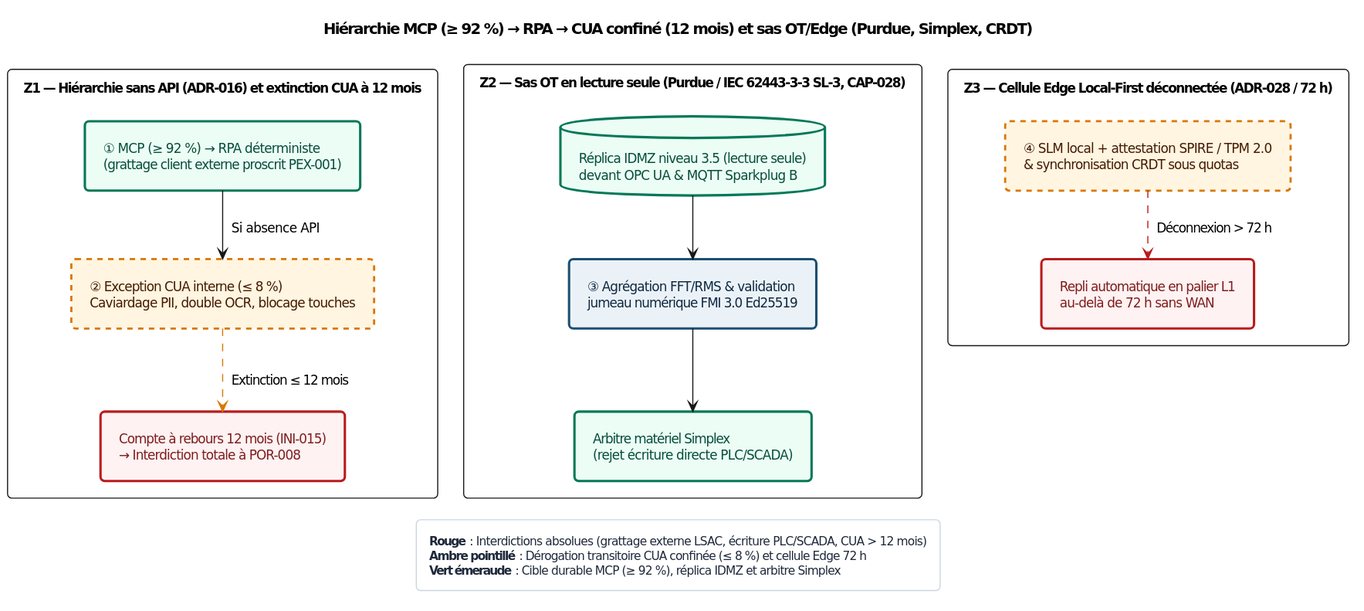
agbruneau/Agentique keeps this PlantUML diagram as Sources/Compendium/ouvrage/schemas/rendus/SCH-12-02.svg. Above is the earlier version. Source of this version:
```plantuml
@startuml
<style>
document { BackgroundColor #FFFFFF; }
.det { BackgroundColor #EBF2F7; LineColor #1B4F72; LineThickness 2.2; FontColor #0F2942; }
.blue { BackgroundColor #EFF6FF; LineColor #1D4ED8; LineThickness 2.2; FontColor #1E3A8A; }
.prob { BackgroundColor #FFF5E0; LineColor #D97706; LineThickness 2.0; LineStyle 5; FontColor #451A03; }
.amber { BackgroundColor #FFFBEB; LineColor #B45309; LineThickness 2.0; FontColor #451A03; }
.green { BackgroundColor #ECFDF5; LineColor #047857; LineThickness 2.2; FontColor #064E3B; }
.teal { BackgroundColor #F0FDFA; LineColor #0F766E; LineThickness 2.2; FontColor #134E4A; }
.red { BackgroundColor #FEF2F2; LineColor #B91C1C; LineThickness 2.2; FontColor #7F1D1D; }
.purple { BackgroundColor #F5F3FF; LineColor #6D28D9; LineThickness 2.2; FontColor #4C1D95; }
.indigo { BackgroundColor #EEF2FF; LineColor #4338CA; LineThickness 2.2; FontColor #312E81; }
.gray { BackgroundColor #F1F5F9; LineColor #475569; LineThickness 1.8; FontColor #1E293B; }
package { BackgroundColor #F8FAFC; LineColor #64748B; LineThickness 1.2; FontColor #334155; }
legend { BackgroundColor #FFFFFF; LineColor #CBD5E1; FontColor #1E293B; FontSize 11; }
</style>
hide stereotype
skinparam defaultFontName "DejaVu Sans"
skinparam defaultFontSize 12
skinparam shadowing false
skinparam roundcorner 8
skinparam packageStyle rectangle
skinparam nodesep 22
skinparam ranksep 28
skinparam padding 7

top to bottom direction
title Hiérarchie MCP (≥ 92 %) → RPA → CUA confiné (12 mois) et sas OT/Edge (Purdue, Simplex, CRDT)

package "Z1 — Hiérarchie sans API (ADR-016) et extinction CUA à 12 mois" {
  rectangle "① MCP (≥ 92 %) → RPA déterministe\n(grattage client externe proscrit PEX-001)" as N1 <<green>>
  rectangle "② Exception CUA interne (≤ 8 %)\nCaviardage PII, double OCR, blocage touches" as N2 <<prob>>
  rectangle "Compte à rebours 12 mois (INI-015)\n→ Interdiction totale à POR-008" as N3 <<red>>
  N1 --> N2 : Si absence API
  N2 .[#D97706].> N3 : Extinction ≤ 12 mois
}

package "Z2 — Sas OT en lecture seule (Purdue / IEC 62443-3-3 SL-3, CAP-028)" {
  database "Réplica IDMZ niveau 3.5 (lecture seule)\ndevant OPC UA & MQTT Sparkplug B" as N4 <<green>>
  rectangle "③ Agrégation FFT/RMS & validation\njumeau numérique FMI 3.0 Ed25519" as N5 <<det>>
  rectangle "Arbitre matériel Simplex\n(rejet écriture directe PLC/SCADA)" as N6 <<green>>
  N4 --> N5
  N5 --> N6
}

package "Z3 — Cellule Edge Local-First déconnectée (ADR-028 / 72 h)" {
  rectangle "④ SLM local + attestation SPIRE / TPM 2.0\n& synchronisation CRDT sous quotas" as N7 <<prob>>
  rectangle "Repli automatique en palier L1\nau-delà de 72 h sans WAN" as N8 <<red>>
  N7 .[#B91C1C].> N8 : Déconnexion > 72 h
}

legend bottom
  **Rouge** : Interdictions absolues (grattage externe LSAC, écriture PLC/SCADA, CUA > 12 mois)
  **Ambre pointillé** : Dérogation transitoire CUA confinée (≤ 8 %) et cellule Edge 72 h
  **Vert émeraude** : Cible durable MCP (≥ 92 %), réplica IDMZ et arbitre Simplex
end legend
@enduml
```
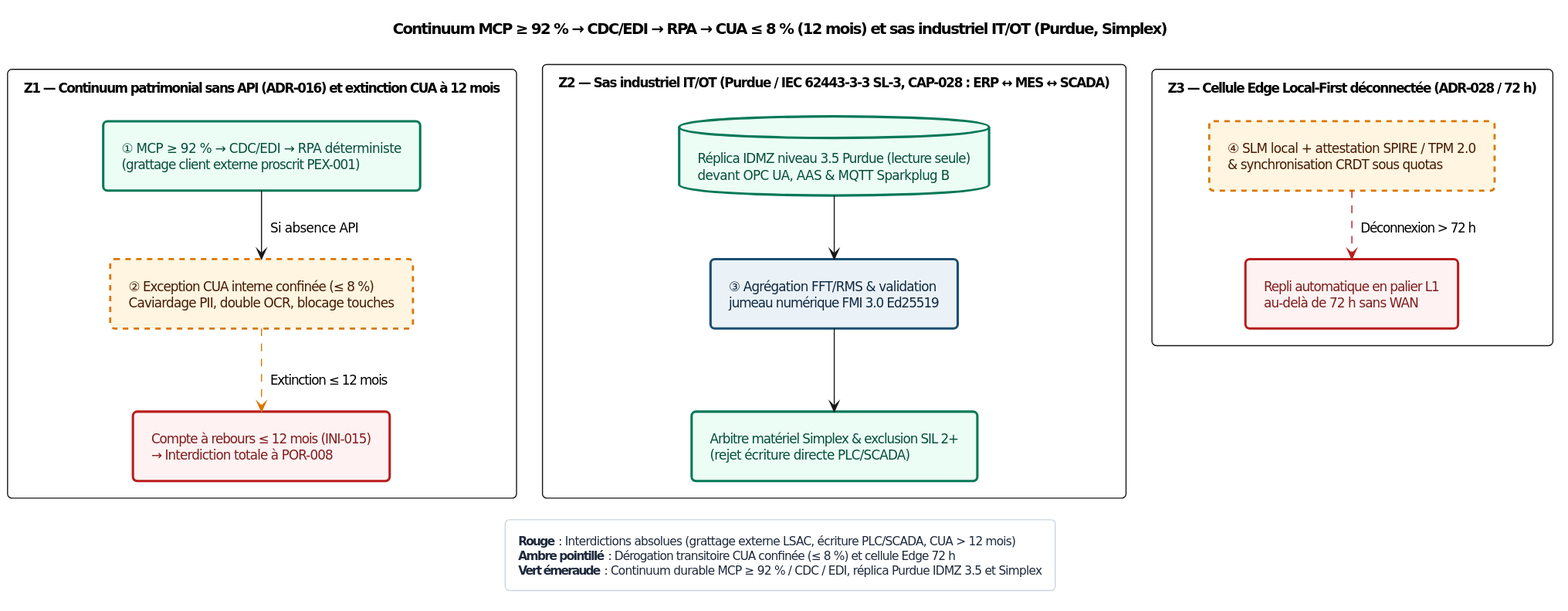
After the commit.

The edit, as a diff of the source:
```diff
@@ -25,20 +25,20 @@
 skinparam padding 7
 
 top to bottom direction
-title Hiérarchie MCP (≥ 92 %) → RPA → CUA confiné (12 mois) et sas OT/Edge (Purdue, Simplex, CRDT)
+title Continuum MCP ≥ 92 % → CDC/EDI → RPA → CUA ≤ 8 % (12 mois) et sas industriel IT/OT (Purdue, Simplex)
 
-package "Z1 — Hiérarchie sans API (ADR-016) et extinction CUA à 12 mois" {
-  rectangle "① MCP (≥ 92 %) → RPA déterministe\n(grattage client externe proscrit PEX-001)" as N1 <<green>>
-  rectangle "② Exception CUA interne (≤ 8 %)\nCaviardage PII, double OCR, blocage touches" as N2 <<prob>>
-  rectangle "Compte à rebours 12 mois (INI-015)\n→ Interdiction totale à POR-008" as N3 <<red>>
+package "Z1 — Continuum patrimonial sans API (ADR-016) et extinction CUA à 12 mois" {
+  rectangle "① MCP ≥ 92 % → CDC/EDI → RPA déterministe\n(grattage client externe proscrit PEX-001)" as N1 <<green>>
+  rectangle "② Exception CUA interne confinée (≤ 8 %)\nCaviardage PII, double OCR, blocage touches" as N2 <<prob>>
+  rectangle "Compte à rebours ≤ 12 mois (INI-015)\n→ Interdiction totale à POR-008" as N3 <<red>>
   N1 --> N2 : Si absence API
   N2 .[#D97706].> N3 : Extinction ≤ 12 mois
 }
 
-package "Z2 — Sas OT en lecture seule (Purdue / IEC 62443-3-3 SL-3, CAP-028)" {
-  database "Réplica IDMZ niveau 3.5 (lecture seule)\ndevant OPC UA & MQTT Sparkplug B" as N4 <<green>>
+package "Z2 — Sas industriel IT/OT (Purdue / IEC 62443-3-3 SL-3, CAP-028 : ERP ↔ MES ↔ SCADA)" {
+  database "Réplica IDMZ niveau 3.5 Purdue (lecture seule)\ndevant OPC UA, AAS & MQTT Sparkplug B" as N4 <<green>>
   rectangle "③ Agrégation FFT/RMS & validation\njumeau numérique FMI 3.0 Ed25519" as N5 <<det>>
-  rectangle "Arbitre matériel Simplex\n(rejet écriture directe PLC/SCADA)" as N6 <<green>>
+  rectangle "Arbitre matériel Simplex & exclusion SIL 2+\n(rejet écriture directe PLC/SCADA)" as N6 <<green>>
   N4 --> N5
   N5 --> N6
 }
@@ -52,6 +52,6 @@
 legend bottom
   **Rouge** : Interdictions absolues (grattage externe LSAC, écriture PLC/SCADA, CUA > 12 mois)
   **Ambre pointillé** : Dérogation transitoire CUA confinée (≤ 8 %) et cellule Edge 72 h
-  **Vert émeraude** : Cible durable MCP (≥ 92 %), réplica IDMZ et arbitre Simplex
+  **Vert émeraude** : Continuum durable MCP ≥ 92 % / CDC / EDI, réplica Purdue IDMZ 3.5 et Simplex
 end legend
 @enduml
```
